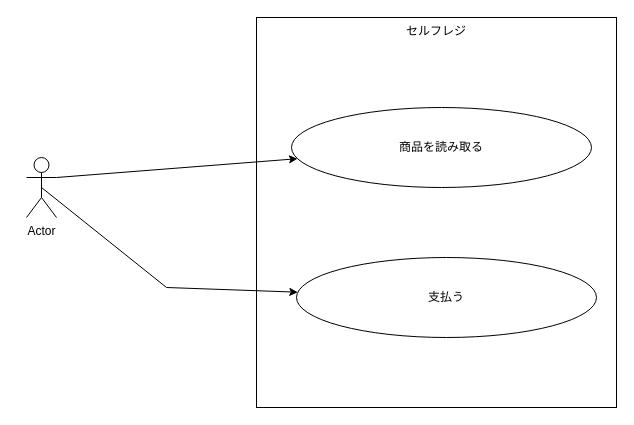
This is docs/13-1/self-checkout.drawio from naoaki-png/post-app-practice, a draw.io file, before an edit. Source tidied: cells renumbered, new cells numbered last; positions are measured from the earlier drawing's top-left corner, leaving out a move shared by most shapes. Both pictures are drawn from the tidied source at 100%, with x=0, y=0 at pixel (26, 17).
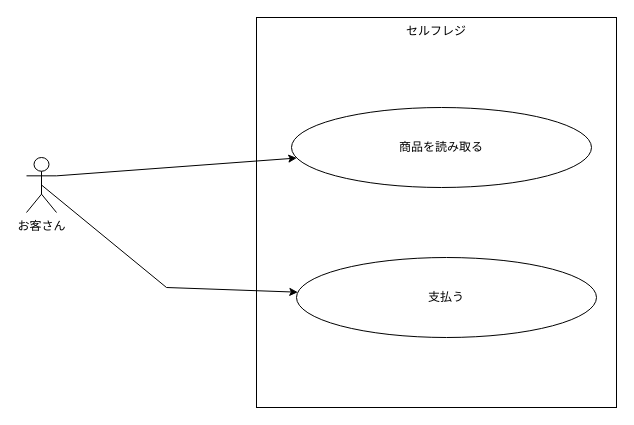
After the change.

Commit message (it also covers changes not shown here):
13-1: draw.ioの練習図を修正

What changed in the source:
```diff
@@
 <mxGraphModel>
   <root>
     <mxCell id="0" />
     <mxCell id="1" parent="0" />
     <mxCell id="2" value="セルフレジ" style="rounded=0;whiteSpace=wrap;html=1;align=center;labelPosition=center;verticalLabelPosition=middle;verticalAlign=top;" parent="1" vertex="1">
       <mxGeometry x="230" width="360" height="390" as="geometry" />
     </mxCell>
     <mxCell id="3" style="rounded=0;jettySize=auto;html=1;exitX=1;exitY=0.3333333333333333;exitDx=0;exitDy=0;exitPerimeter=0;" parent="1" edge="1" source="5" target="7">
       <mxGeometry relative="1" as="geometry" />
     </mxCell>
     <mxCell id="4" style="rounded=0;jettySize=auto;html=1;exitX=0.5;exitY=0.5;exitDx=0;exitDy=0;exitPerimeter=0;" parent="1" edge="1" source="5" target="6">
       <mxGeometry relative="1" as="geometry">
         <Array as="points">
           <mxPoint x="140" y="270" />
         </Array>
       </mxGeometry>
     </mxCell>
-    <mxCell id="5" value="Actor" style="shape=umlActor;verticalLabelPosition=bottom;verticalAlign=top;html=1;outlineConnect=0;" parent="1" vertex="1">
-      <mxGeometry y="140" width="30" height="60" as="geometry" />
+    <mxCell id="5" value="お客さん" style="shape=umlActor;verticalLabelPosition=bottom;verticalAlign=top;html=1;outlineConnect=0;" parent="1" vertex="1">
+      <mxGeometry y="140" width="30" height="55" as="geometry" />
     </mxCell>
     <mxCell id="6" value="支払う" style="ellipse;whiteSpace=wrap;html=1;shapeInside=1;" parent="1" vertex="1">
       <mxGeometry x="270" y="240" width="300" height="80" as="geometry" />
     </mxCell>
     <mxCell id="7" value="商品を読み取る" style="ellipse;whiteSpace=wrap;html=1;shapeInside=1;" parent="1" vertex="1">
       <mxGeometry x="265" y="90" width="300" height="80" as="geometry" />
     </mxCell>
   </root>
 </mxGraphModel>
```
